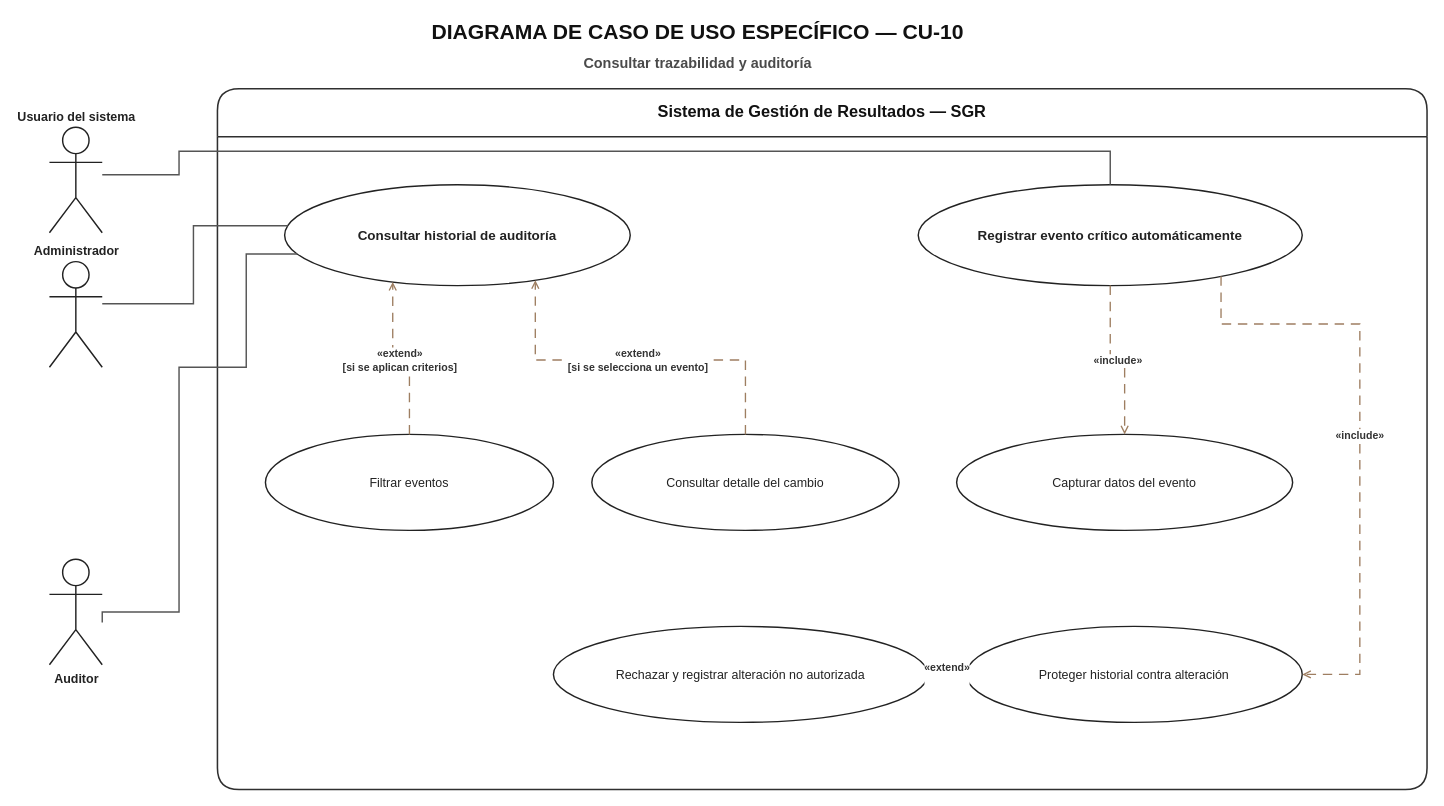
This is docs/uml/02_casos_de_uso/02_especificos/CU10_consultar_trazabilidad_y_auditoria/Diagrama_Caso_Uso_Especifico_CU10_SGR.drawio from MasterCapehart/sgr-proyecto-integrado, a draw.io file, before an edit. Source tidied: cells renumbered, new cells numbered last; positions are measured from the earlier drawing's top-left corner, leaving out a move shared by most shapes. Both pictures are drawn from the tidied source at 96%, with x=0, y=0 at pixel (49, 16).
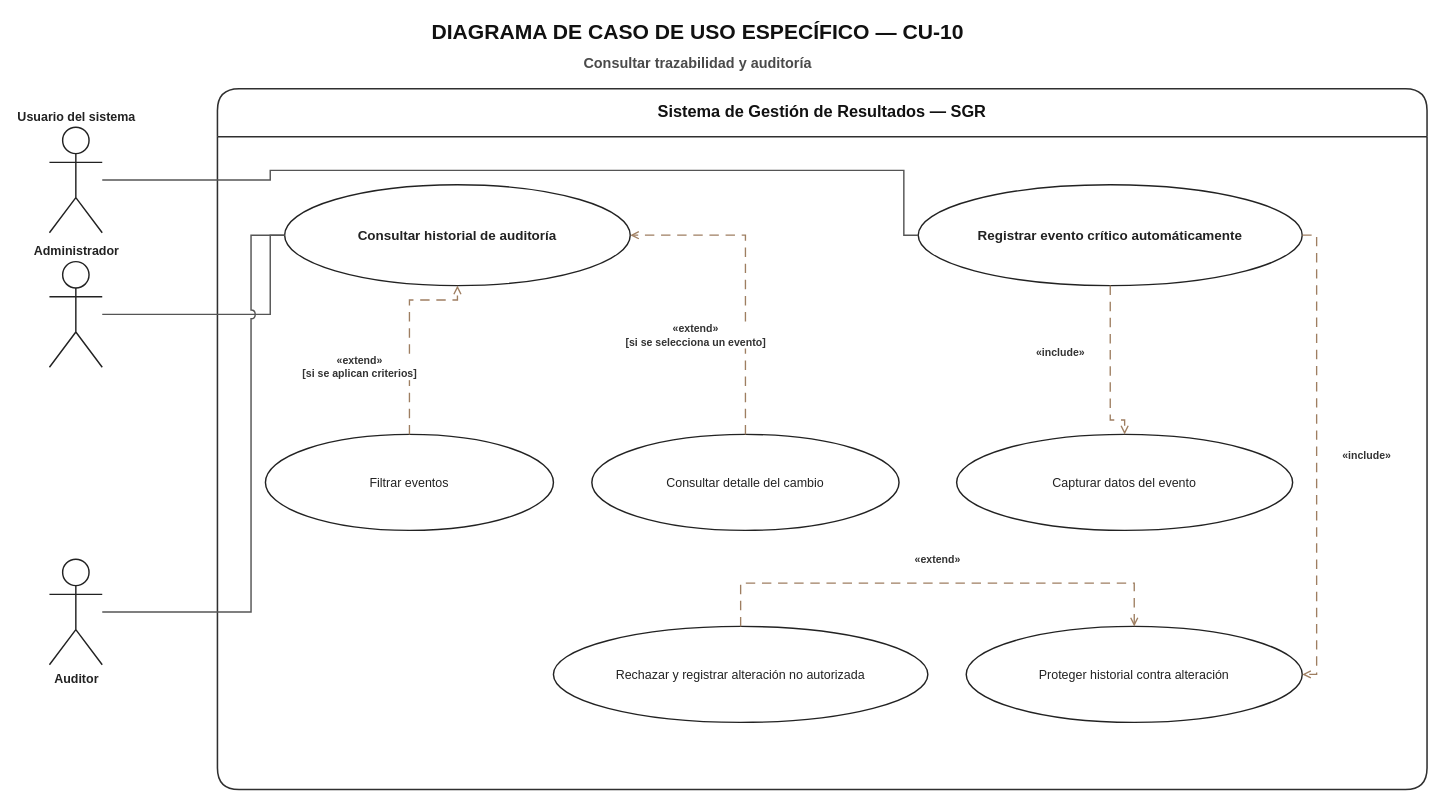
After the change.

The change refers to these unchanged cells:
```xml
<mxCell id="5" value="Administrador" style="shape=umlActor;verticalLabelPosition=top;verticalAlign=bottom;html=1;outlineConnect=0;fillColor=#FFFFFF;strokeColor=#222222;fontColor=#222222;fontSize=13;fontStyle=1;strokeWidth=1.5;" parent="1" vertex="1">
  <mxGeometry y="255" width="55" height="110" as="geometry" />
</mxCell>
<mxCell id="6" value="Auditor" style="shape=umlActor;verticalLabelPosition=bottom;verticalAlign=top;html=1;outlineConnect=0;fillColor=#FFFFFF;strokeColor=#222222;fontColor=#222222;fontSize=13;fontStyle=1;strokeWidth=1.5;" parent="1" vertex="1">
  <mxGeometry y="565" width="55" height="110" as="geometry" />
</mxCell>
<mxCell id="7" value="Consultar historial de auditoría" style="ellipse;whiteSpace=wrap;html=1;fillColor=#FFFFFF;strokeColor=#222222;fontColor=#222222;fontSize=14;strokeWidth=1.5;fontStyle=1;" parent="1" vertex="1">
  <mxGeometry x="245" y="175" width="360" height="105" as="geometry" />
</mxCell>
<mxCell id="8" value="Registrar evento crítico automáticamente" style="ellipse;whiteSpace=wrap;html=1;fillColor=#FFFFFF;strokeColor=#222222;fontColor=#222222;fontSize=14;strokeWidth=1.5;fontStyle=1;" parent="1" vertex="1">
  <mxGeometry x="905" y="175" width="400" height="105" as="geometry" />
</mxCell>
<mxCell id="9" value="Filtrar eventos" style="ellipse;whiteSpace=wrap;html=1;fillColor=#FFFFFF;strokeColor=#222222;fontColor=#222222;fontSize=13;strokeWidth=1.5;" parent="1" vertex="1">
  <mxGeometry x="225" y="435" width="300" height="100" as="geometry" />
</mxCell>
<mxCell id="10" value="Consultar detalle del cambio" style="ellipse;whiteSpace=wrap;html=1;fillColor=#FFFFFF;strokeColor=#222222;fontColor=#222222;fontSize=13;strokeWidth=1.5;" parent="1" vertex="1">
  <mxGeometry x="565" y="435" width="320" height="100" as="geometry" />
</mxCell>
<mxCell id="11" value="Capturar datos del evento" style="ellipse;whiteSpace=wrap;html=1;fillColor=#FFFFFF;strokeColor=#222222;fontColor=#222222;fontSize=13;strokeWidth=1.5;" parent="1" vertex="1">
  <mxGeometry x="945" y="435" width="350" height="100" as="geometry" />
</mxCell>
<mxCell id="12" value="Rechazar y registrar alteración no autorizada" style="ellipse;whiteSpace=wrap;html=1;fillColor=#FFFFFF;strokeColor=#222222;fontColor=#222222;fontSize=13;strokeWidth=1.5;" parent="1" vertex="1">
  <mxGeometry x="525" y="635" width="390" height="100" as="geometry" />
</mxCell>
<mxCell id="13" value="Proteger historial contra alteración" style="ellipse;whiteSpace=wrap;html=1;fillColor=#FFFFFF;strokeColor=#222222;fontColor=#222222;fontSize=13;strokeWidth=1.5;" parent="1" vertex="1">
  <mxGeometry x="955" y="635" width="350" height="100" as="geometry" />
</mxCell>
<mxCell id="21" value="Usuario del sistema" style="shape=umlActor;verticalLabelPosition=top;verticalAlign=bottom;html=1;outlineConnect=0;fillColor=#FFFFFF;strokeColor=#222222;fontColor=#222222;fontSize=13;fontStyle=1;strokeWidth=1.5;" parent="1" vertex="1">
  <mxGeometry y="115" width="55" height="110" as="geometry" />
</mxCell>
```

The edit, as a diff of the source:
```diff
@@
-    <mxCell id="14" style="edgeStyle=orthogonalEdgeStyle;jettySize=auto;endArrow=none;startArrow=none;html=1;rounded=0;strokeColor=#555555;strokeWidth=1.5;exitX=1;exitY=0.4;entryX=0;entryY=0.4;" parent="1" edge="1" source="5" target="7">
-      <mxGeometry relative="1" as="geometry" />
+    <mxCell id="14" style="jettySize=auto;endArrow=none;startArrow=none;html=1;strokeColor=#555555;strokeWidth=1.5;jumpSize=8;edgeStyle=none;noEdgeStyle=1;rounded=0;exitX=1;exitY=0.5;entryX=0;entryY=0.5;exitPerimeter=0;entryPerimeter=0;jumpStyle=arc;jumpSize=8;" parent="1" edge="1" source="5" target="7">
+      <mxGeometry relative="1" as="geometry">
+        <Array as="points">
+          <mxPoint x="230" y="310" />
+          <mxPoint x="230" y="227.5" />
+        </Array>
+      </mxGeometry>
     </mxCell>
-    <mxCell id="15" style="edgeStyle=orthogonalEdgeStyle;jettySize=auto;endArrow=none;startArrow=none;html=1;rounded=0;strokeColor=#555555;strokeWidth=1.5;exitX=1;exitY=0.6;entryX=0;entryY=0.7;" parent="1" edge="1" source="6" target="7">
+    <mxCell id="15" style="jettySize=auto;endArrow=none;startArrow=none;html=1;strokeColor=#555555;strokeWidth=1.5;jumpSize=8;edgeStyle=none;noEdgeStyle=1;rounded=0;exitX=1;exitY=0.5;entryX=0;entryY=0.5;exitPerimeter=0;entryPerimeter=0;jumpStyle=arc;jumpSize=8;" parent="1" edge="1" source="6" target="7">
       <mxGeometry relative="1" as="geometry">
         <Array as="points">
-          <mxPoint x="135" y="620" />
-          <mxPoint x="135" y="365" />
-          <mxPoint x="205" y="365" />
+          <mxPoint x="210" y="620" />
+          <mxPoint x="210" y="227.5" />
         </Array>
       </mxGeometry>
     </mxCell>
-    <mxCell id="16" value="«extend»&#10;[si se aplican criterios]" style="edgeStyle=orthogonalEdgeStyle;jettySize=auto;endArrow=open;endFill=0;startArrow=none;html=1;rounded=0;dashed=1;dashPattern=7 5;strokeColor=#9E7E61;strokeWidth=1.4;fontSize=11;fontStyle=1;labelBackgroundColor=#FFFFFF;exitX=0.5;exitY=0;entryX=0.3;entryY=1;fontColor=#333333;" parent="1" edge="1" source="9" target="7">
-      <mxGeometry relative="1" as="geometry" />
+    <mxCell id="16" value="«extend»&#10;[si se aplican criterios]" style="jettySize=auto;endArrow=open;endFill=0;startArrow=none;html=1;dashed=1;dashPattern=7 5;strokeColor=#9E7E61;strokeWidth=1.4;fontSize=11;fontStyle=1;labelBackgroundColor=#FFFFFF;fontColor=#333333;jumpSize=8;edgeStyle=none;noEdgeStyle=1;rounded=0;exitX=0.5;exitY=0;entryX=0.5;entryY=1;exitPerimeter=0;entryPerimeter=0;jumpStyle=arc;jumpSize=8;" parent="1" edge="1" source="9" target="7">
+      <mxGeometry x="-0.32" relative="1" as="geometry">
+        <Array as="points">
+          <mxPoint x="375" y="295" />
+          <mxPoint x="425" y="295" />
+        </Array>
+        <mxPoint x="-52" as="offset" />
+      </mxGeometry>
     </mxCell>
-    <mxCell id="17" value="«extend»&#10;[si se selecciona un evento]" style="edgeStyle=orthogonalEdgeStyle;jettySize=auto;endArrow=open;endFill=0;startArrow=none;html=1;rounded=0;dashed=1;dashPattern=7 5;strokeColor=#9E7E61;strokeWidth=1.4;fontSize=11;fontStyle=1;labelBackgroundColor=#FFFFFF;exitX=0.5;exitY=0;entryX=0.75;entryY=1;fontColor=#333333;" parent="1" edge="1" source="10" target="7">
-      <mxGeometry relative="1" as="geometry" />
+    <mxCell id="17" value="«extend»&#10;[si se selecciona un evento]" style="jettySize=auto;endArrow=open;endFill=0;startArrow=none;html=1;dashed=1;dashPattern=7 5;strokeColor=#9E7E61;strokeWidth=1.4;fontSize=11;fontStyle=1;labelBackgroundColor=#FFFFFF;fontColor=#333333;jumpSize=8;edgeStyle=none;noEdgeStyle=1;rounded=0;exitX=0.5;exitY=0;entryX=1;entryY=0.5;exitPerimeter=0;entryPerimeter=0;jumpStyle=arc;jumpSize=8;" parent="1" edge="1" source="10" target="7">
+      <mxGeometry x="-0.37" relative="1" as="geometry">
+        <Array as="points">
+          <mxPoint x="725" y="227.5" />
+        </Array>
+        <mxPoint x="-52" as="offset" />
+      </mxGeometry>
     </mxCell>
-    <mxCell id="18" value="«include»" style="edgeStyle=orthogonalEdgeStyle;jettySize=auto;endArrow=open;endFill=0;startArrow=none;html=1;rounded=0;dashed=1;dashPattern=7 5;strokeColor=#9E7E61;strokeWidth=1.4;fontSize=11;fontStyle=1;labelBackgroundColor=#FFFFFF;exitX=0.5;exitY=1;entryX=0.5;entryY=0;fontColor=#333333;" parent="1" edge="1" source="8" target="11">
-      <mxGeometry relative="1" as="geometry" />
+    <mxCell id="18" value="«include»" style="jettySize=auto;endArrow=open;endFill=0;startArrow=none;html=1;dashed=1;dashPattern=7 5;strokeColor=#9E7E61;strokeWidth=1.4;fontSize=11;fontStyle=1;labelBackgroundColor=#FFFFFF;fontColor=#333333;jumpSize=8;edgeStyle=none;noEdgeStyle=1;rounded=0;exitX=0.5;exitY=1;entryX=0.5;entryY=0;exitPerimeter=0;entryPerimeter=0;jumpStyle=arc;jumpSize=8;" parent="1" edge="1" source="8" target="11">
+      <mxGeometry x="-0.18" relative="1" as="geometry">
+        <Array as="points">
+          <mxPoint x="1105" y="420" />
+          <mxPoint x="1120" y="420" />
+        </Array>
+        <mxPoint x="-52" as="offset" />
+      </mxGeometry>
     </mxCell>
-    <mxCell id="19" value="«include»" style="edgeStyle=orthogonalEdgeStyle;jettySize=auto;endArrow=open;endFill=0;startArrow=none;html=1;rounded=0;dashed=1;dashPattern=7 5;strokeColor=#9E7E61;strokeWidth=1.4;fontSize=11;fontStyle=1;labelBackgroundColor=#FFFFFF;exitX=0.85;exitY=1;entryX=1;entryY=0.5;fontColor=#333333;" parent="1" edge="1" source="8" target="13">
+    <mxCell id="19" value="«include»" style="jettySize=auto;endArrow=open;endFill=0;startArrow=none;html=1;dashed=1;dashPattern=7 5;strokeColor=#9E7E61;strokeWidth=1.4;fontSize=11;fontStyle=1;labelBackgroundColor=#FFFFFF;fontColor=#333333;jumpSize=8;edgeStyle=none;noEdgeStyle=1;rounded=0;exitX=1;exitY=0.5;entryX=1;entryY=0.5;exitPerimeter=0;entryPerimeter=0;jumpStyle=arc;jumpSize=8;" parent="1" edge="1" source="8" target="13">
       <mxGeometry relative="1" as="geometry">
         <Array as="points">
-          <mxPoint x="1365" y="320" />
-          <mxPoint x="1365" y="685" />
+          <mxPoint x="1320" y="227.5" />
+          <mxPoint x="1320" y="685" />
         </Array>
+        <mxPoint x="52" as="offset" />
       </mxGeometry>
     </mxCell>
-    <mxCell id="20" value="«extend»&lt;div&gt;&lt;br/&gt;&lt;/div&gt;" style="edgeStyle=orthogonalEdgeStyle;jettySize=auto;endArrow=open;endFill=0;startArrow=none;html=1;rounded=0;dashed=1;dashPattern=7 5;strokeColor=#9E7E61;strokeWidth=1.4;fontSize=11;fontStyle=1;labelBackgroundColor=#FFFFFF;exitX=1;exitY=0.5;entryX=0;entryY=0.5;fontColor=#333333;" parent="1" edge="1" source="12" target="13">
-      <mxGeometry relative="1" as="geometry" />
+    <mxCell id="20" value="«extend»&lt;div&gt;&lt;br/&gt;&lt;/div&gt;" style="jettySize=auto;endArrow=open;endFill=0;startArrow=none;html=1;dashed=1;dashPattern=7 5;strokeColor=#9E7E61;strokeWidth=1.4;fontSize=11;fontStyle=1;labelBackgroundColor=#FFFFFF;fontColor=#333333;jumpSize=8;edgeStyle=none;noEdgeStyle=1;rounded=0;exitX=1;exitY=0.5;entryX=0;entryY=0.5;exitPerimeter=0;entryPerimeter=0;jumpStyle=arc;jumpSize=8;exitX=0.5;exitY=0;entryX=0.5;entryY=0;" parent="1" edge="1" source="12" target="13">
+      <mxGeometry relative="1" as="geometry">
+        <Array as="points">
+          <mxPoint x="720" y="590" />
+          <mxPoint x="1130" y="590" />
+        </Array>
+        <mxPoint y="-18" as="offset" />
+      </mxGeometry>
     </mxCell>
@@
-    <mxCell id="22" style="edgeStyle=orthogonalEdgeStyle;jettySize=auto;endArrow=none;startArrow=none;html=1;rounded=0;strokeColor=#555555;strokeWidth=1.5;exitX=1;exitY=0.45;entryX=0.5;entryY=0;" parent="1" edge="1" source="21" target="8">
+    <mxCell id="22" style="jettySize=auto;endArrow=none;startArrow=none;html=1;strokeColor=#555555;strokeWidth=1.5;jumpSize=8;edgeStyle=none;noEdgeStyle=1;rounded=0;exitX=1;exitY=0.5;entryX=0;entryY=0.5;exitPerimeter=0;entryPerimeter=0;jumpStyle=arc;jumpSize=8;" parent="1" edge="1" source="21" target="8">
       <mxGeometry relative="1" as="geometry">
         <Array as="points">
-          <mxPoint x="135" y="165" />
-          <mxPoint x="135" y="140" />
-          <mxPoint x="1105" y="140" />
+          <mxPoint x="230" y="170" />
+          <mxPoint x="230" y="160" />
+          <mxPoint x="890" y="160" />
+          <mxPoint x="890" y="227.5" />
         </Array>
       </mxGeometry>
     </mxCell>
```
